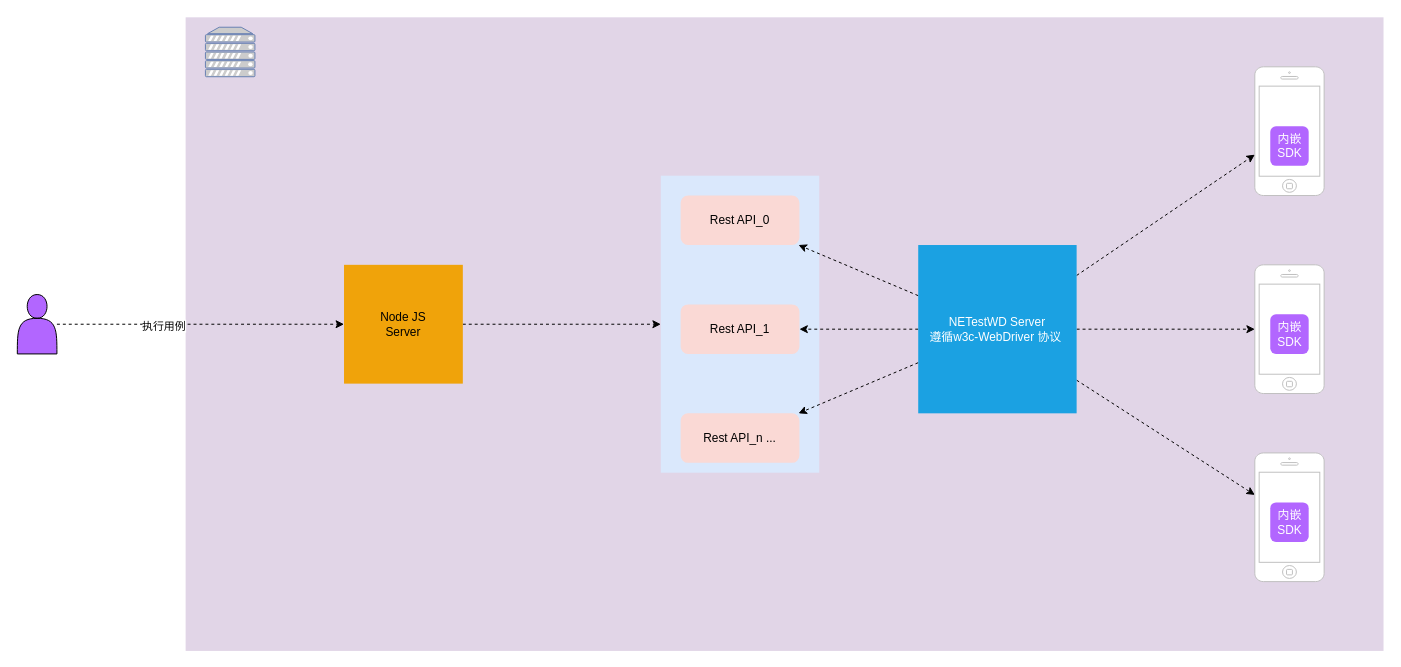
ShakeShakeMe/diagrams keeps this draw.io diagram as netease/自动化测试/自动化测试-iOS流程图.drawio. Above is the earlier version. Source tidied: cells renumbered, new cells numbered last; positions are measured from the earlier drawing's top-left corner, leaving out a move shared by most shapes. Both pictures are drawn from the tidied source at 99%, with x=0, y=0 at pixel (17, 17).
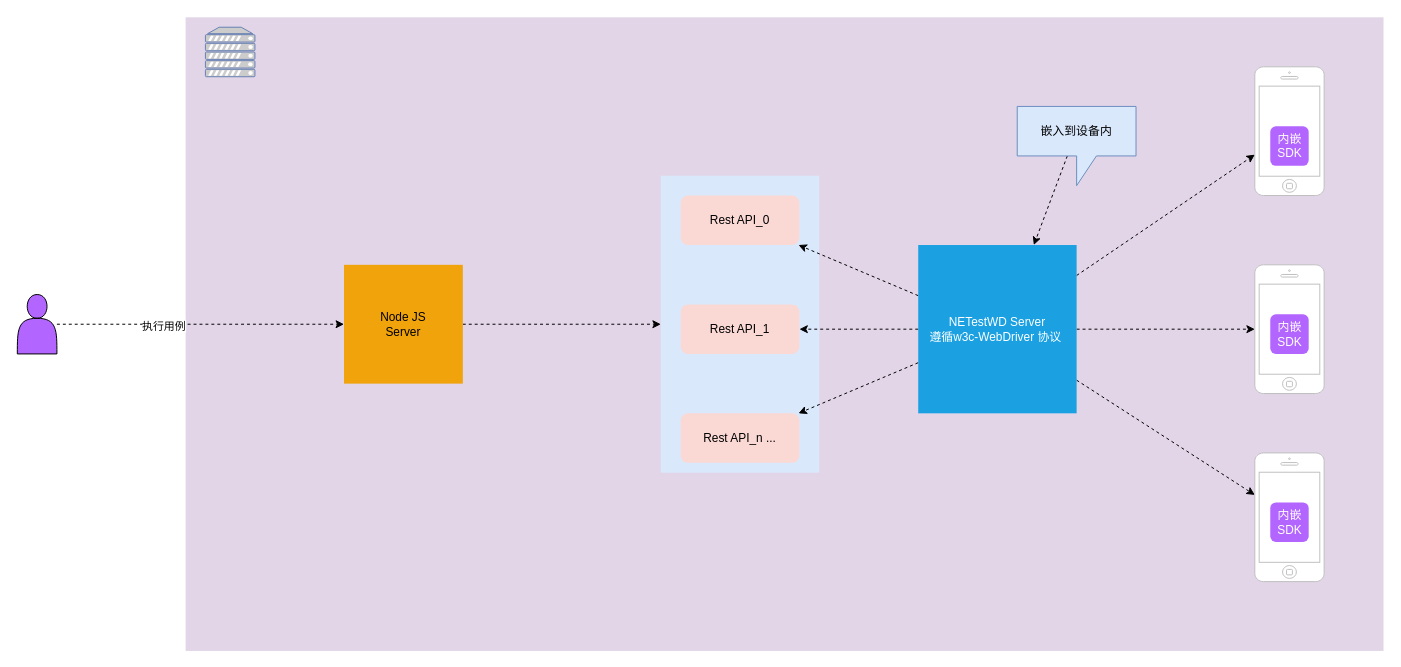
After the change.

Commit message:
Update 自动化测试-iOS流程图.drawio

The change refers to these unchanged cells:
```xml
<mxCell id="15" value="NETestWD Server&lt;br&gt;遵循w3c-WebDriver 协议&amp;nbsp;" style="rounded=0;whiteSpace=wrap;html=1;labelBackgroundColor=none;fillColor=#1ba1e2;fontColor=#ffffff;strokeColor=none;" parent="1" vertex="1">
  <mxGeometry x="910" y="230" width="160" height="170" as="geometry" />
</mxCell>
```

What changed in the source:
```diff
@@
+    <mxCell id="26" style="rounded=0;jettySize=auto;html=1;dashed=1;" parent="1" edge="1" source="27" target="15">
+      <mxGeometry relative="1" as="geometry" />
+    </mxCell>
+    <mxCell id="27" value="嵌入到设备内" style="shape=callout;whiteSpace=wrap;html=1;perimeter=calloutPerimeter;fillColor=#dae8fc;strokeColor=#6c8ebf;" parent="1" vertex="1">
+      <mxGeometry x="1010" y="90" width="120" height="80" as="geometry" />
+    </mxCell>
```
